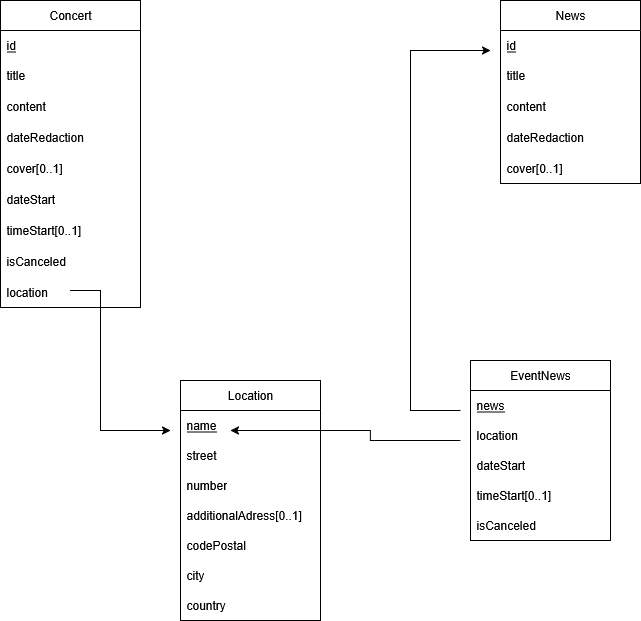
JBLNgithub/portfolio keeps this draw.io diagram as src/assets/images/ERDiagStockemoise.png. Above is the earlier version. Source tidied: cells renumbered, new cells last; positions are measured from the earlier drawing's top-left corner, leaving out a move shared by most shapes.
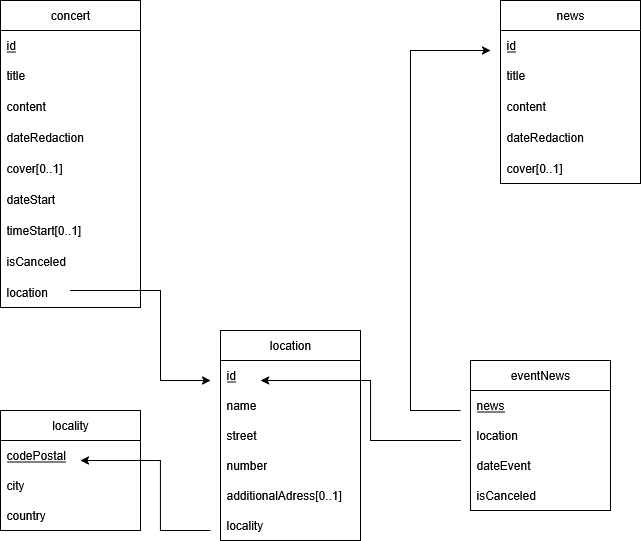
Later version of the same file.

Commit message:
update stockemoise with cleaner diags

Diff of the diagram source:
```diff
@@ -2,7 +2,7 @@
   <root>
     <mxCell id="0" />
     <mxCell id="1" parent="0" />
-    <mxCell id="2" value="Concert" style="swimlane;fontStyle=0;horizontal=1;startSize=30;whiteSpace=wrap;html=1;" parent="1" vertex="1">
+    <mxCell id="2" value="concert" style="swimlane;fontStyle=0;horizontal=1;startSize=30;whiteSpace=wrap;html=1;" parent="1" vertex="1">
       <mxGeometry width="140" height="307" as="geometry" />
     </mxCell>
     <mxCell id="3" value="id" style="text;strokeColor=none;fillColor=none;align=left;verticalAlign=middle;spacingLeft=4;spacingRight=4;overflow=hidden;whiteSpace=wrap;html=1;fontStyle=4;" parent="2" vertex="1">
@@ -32,7 +32,7 @@
     <mxCell id="11" value="location" style="text;strokeColor=none;fillColor=none;align=left;verticalAlign=middle;spacingLeft=4;spacingRight=4;overflow=hidden;points=[[0,0.5],[1,0.5]];portConstraint=eastwest;whiteSpace=wrap;html=1;" parent="2" vertex="1">
       <mxGeometry y="276" width="140" height="31" as="geometry" />
     </mxCell>
-    <mxCell id="12" value="News" style="swimlane;fontStyle=0;horizontal=1;startSize=30;whiteSpace=wrap;html=1;" parent="1" vertex="1">
+    <mxCell id="12" value="news" style="swimlane;fontStyle=0;horizontal=1;startSize=30;whiteSpace=wrap;html=1;" parent="1" vertex="1">
       <mxGeometry x="500" width="140" height="183" as="geometry" />
     </mxCell>
     <mxCell id="13" value="id" style="text;strokeColor=none;fillColor=none;align=left;verticalAlign=middle;spacingLeft=4;spacingRight=4;overflow=hidden;whiteSpace=wrap;html=1;fontStyle=4;" parent="12" vertex="1">
@@ -50,41 +50,38 @@
     <mxCell id="17" value="cover[0..1]" style="text;strokeColor=none;fillColor=none;align=left;verticalAlign=middle;spacingLeft=4;spacingRight=4;overflow=hidden;whiteSpace=wrap;html=1;" parent="12" vertex="1">
       <mxGeometry y="152" width="140" height="31" as="geometry" />
     </mxCell>
-    <mxCell id="18" value="Location" style="swimlane;fontStyle=0;horizontal=1;startSize=30;whiteSpace=wrap;html=1;" parent="1" vertex="1">
-      <mxGeometry x="180" y="380" width="140" height="240" as="geometry" />
+    <mxCell id="18" value="location" style="swimlane;fontStyle=0;horizontal=1;startSize=30;whiteSpace=wrap;html=1;" parent="1" vertex="1">
+      <mxGeometry x="220" y="330" width="140" height="210" as="geometry" />
     </mxCell>
+    <mxCell id="35" value="id" style="text;strokeColor=none;fillColor=none;align=left;verticalAlign=middle;spacingLeft=4;spacingRight=4;overflow=hidden;points=[[0,0.5],[1,0.5]];portConstraint=eastwest;whiteSpace=wrap;html=1;fontStyle=4;" parent="18" vertex="1">
+      <mxGeometry y="30" width="140" height="30" as="geometry" />
+    </mxCell>
-    <mxCell id="19" value="name" style="text;strokeColor=none;fillColor=none;align=left;verticalAlign=middle;spacingLeft=4;spacingRight=4;overflow=hidden;points=[[0,0.5],[1,0.5]];portConstraint=eastwest;whiteSpace=wrap;html=1;fontStyle=4;" parent="18" vertex="1">
-      <mxGeometry y="30" width="140" height="30" as="geometry" />
+    <mxCell id="19" value="name" style="text;strokeColor=none;fillColor=none;align=left;verticalAlign=middle;spacingLeft=4;spacingRight=4;overflow=hidden;points=[[0,0.5],[1,0.5]];portConstraint=eastwest;whiteSpace=wrap;html=1;fontStyle=0;" parent="18" vertex="1">
+      <mxGeometry y="60" width="140" height="30" as="geometry" />
     </mxCell>
     <mxCell id="20" value="street" style="text;strokeColor=none;fillColor=none;align=left;verticalAlign=middle;spacingLeft=4;spacingRight=4;overflow=hidden;whiteSpace=wrap;html=1;" parent="18" vertex="1">
-      <mxGeometry y="60" width="140" height="30" as="geometry" />
+      <mxGeometry y="90" width="140" height="30" as="geometry" />
     </mxCell>
     <mxCell id="21" value="number" style="text;strokeColor=none;fillColor=none;align=left;verticalAlign=middle;spacingLeft=4;spacingRight=4;overflow=hidden;whiteSpace=wrap;html=1;" parent="18" vertex="1">
-      <mxGeometry y="90" width="140" height="30" as="geometry" />
+      <mxGeometry y="120" width="140" height="30" as="geometry" />
     </mxCell>
     <mxCell id="22" value="additionalAdress[0..1]" style="text;strokeColor=none;fillColor=none;align=left;verticalAlign=middle;spacingLeft=4;spacingRight=4;overflow=hidden;whiteSpace=wrap;html=1;" parent="18" vertex="1">
-      <mxGeometry y="120" width="140" height="30" as="geometry" />
+      <mxGeometry y="150" width="140" height="30" as="geometry" />
     </mxCell>
-    <mxCell id="23" value="codePostal" style="text;strokeColor=none;fillColor=none;align=left;verticalAlign=middle;spacingLeft=4;spacingRight=4;overflow=hidden;whiteSpace=wrap;html=1;" parent="18" vertex="1">
-      <mxGeometry y="150" width="140" height="30" as="geometry" />
+    <mxCell id="23" value="locality" style="text;strokeColor=none;fillColor=none;align=left;verticalAlign=middle;spacingLeft=4;spacingRight=4;overflow=hidden;whiteSpace=wrap;html=1;" parent="18" vertex="1">
+      <mxGeometry y="180" width="140" height="30" as="geometry" />
     </mxCell>
-    <mxCell id="24" value="city" style="text;strokeColor=none;fillColor=none;align=left;verticalAlign=middle;spacingLeft=4;spacingRight=4;overflow=hidden;whiteSpace=wrap;html=1;" parent="18" vertex="1">
-      <mxGeometry y="180" width="140" height="30" as="geometry" />
-    </mxCell>
-    <mxCell id="25" value="country" style="text;strokeColor=none;fillColor=none;align=left;verticalAlign=middle;spacingLeft=4;spacingRight=4;overflow=hidden;whiteSpace=wrap;html=1;" parent="18" vertex="1">
-      <mxGeometry y="210" width="140" height="30" as="geometry" />
-    </mxCell>
     <mxCell id="26" style="endArrow=classic;html=1;rounded=0;exitX=0.5;exitY=0.452;exitDx=0;exitDy=0;exitPerimeter=0;" parent="1" edge="1" source="11">
       <mxGeometry relative="1" as="geometry">
-        <mxPoint x="170" y="430" as="targetPoint" />
+        <mxPoint x="210" y="380" as="targetPoint" />
         <Array as="points">
-          <mxPoint x="100" y="290" />
-          <mxPoint x="100" y="430" />
+          <mxPoint x="160" y="290" />
+          <mxPoint x="160" y="380" />
         </Array>
       </mxGeometry>
     </mxCell>
-    <mxCell id="27" value="EventNews" style="swimlane;fontStyle=0;horizontal=1;startSize=30;whiteSpace=wrap;html=1;" parent="1" vertex="1">
-      <mxGeometry x="470" y="360" width="140" height="180" as="geometry" />
+    <mxCell id="27" value="eventNews" style="swimlane;fontStyle=0;horizontal=1;startSize=30;whiteSpace=wrap;html=1;" parent="1" vertex="1">
+      <mxGeometry x="470" y="360" width="140" height="150" as="geometry" />
     </mxCell>
     <mxCell id="28" value="news" style="text;strokeColor=none;fillColor=none;align=left;verticalAlign=middle;spacingLeft=4;spacingRight=4;overflow=hidden;whiteSpace=wrap;html=1;fontStyle=4;" parent="27" vertex="1">
       <mxGeometry y="30" width="140" height="30" as="geometry" />
@@ -92,14 +89,11 @@
     <mxCell id="29" value="location" style="text;strokeColor=none;fillColor=none;align=left;verticalAlign=middle;spacingLeft=4;spacingRight=4;overflow=hidden;whiteSpace=wrap;html=1;" parent="27" vertex="1">
       <mxGeometry y="60" width="140" height="30" as="geometry" />
     </mxCell>
-    <mxCell id="30" value="dateStart" style="text;strokeColor=none;fillColor=none;align=left;verticalAlign=middle;spacingLeft=4;spacingRight=4;overflow=hidden;whiteSpace=wrap;html=1;" parent="27" vertex="1">
+    <mxCell id="30" value="dateEvent" style="text;strokeColor=none;fillColor=none;align=left;verticalAlign=middle;spacingLeft=4;spacingRight=4;overflow=hidden;whiteSpace=wrap;html=1;" parent="27" vertex="1">
       <mxGeometry y="90" width="140" height="30" as="geometry" />
     </mxCell>
-    <mxCell id="31" value="timeStart[0..1]" style="text;strokeColor=none;fillColor=none;align=left;verticalAlign=middle;spacingLeft=4;spacingRight=4;overflow=hidden;whiteSpace=wrap;html=1;" parent="27" vertex="1">
-      <mxGeometry y="120" width="140" height="30" as="geometry" />
-    </mxCell>
     <mxCell id="32" value="isCanceled" style="text;strokeColor=none;fillColor=none;align=left;verticalAlign=middle;spacingLeft=4;spacingRight=4;overflow=hidden;whiteSpace=wrap;html=1;" parent="27" vertex="1">
-      <mxGeometry y="150" width="140" height="30" as="geometry" />
+      <mxGeometry y="120" width="140" height="30" as="geometry" />
     </mxCell>
     <mxCell id="33" style="endArrow=classic;html=1;rounded=0;" parent="1" edge="1">
       <mxGeometry relative="1" as="geometry">
@@ -111,14 +105,35 @@
         </Array>
       </mxGeometry>
     </mxCell>
-    <mxCell id="34" style="endArrow=classic;html=1;rounded=0;entryX=0.357;entryY=0.667;entryDx=0;entryDy=0;entryPerimeter=0;" parent="1" edge="1" target="19">
+    <mxCell id="34" style="endArrow=classic;html=1;rounded=0;entryX=0.286;entryY=0.667;entryDx=0;entryDy=0;entryPerimeter=0;" parent="1" edge="1" target="35">
       <mxGeometry relative="1" as="geometry">
         <mxPoint x="460" y="440" as="sourcePoint" />
         <Array as="points">
           <mxPoint x="370" y="440" />
-          <mxPoint x="370" y="430" />
+          <mxPoint x="370" y="380" />
         </Array>
       </mxGeometry>
     </mxCell>
+    <mxCell id="36" value="locality" style="swimlane;fontStyle=0;horizontal=1;startSize=30;whiteSpace=wrap;html=1;" parent="1" vertex="1">
+      <mxGeometry y="410" width="140" height="120" as="geometry" />
+    </mxCell>
+    <mxCell id="37" value="codePostal" style="text;strokeColor=none;fillColor=none;align=left;verticalAlign=middle;spacingLeft=4;spacingRight=4;overflow=hidden;points=[[0,0.5],[1,0.5]];portConstraint=eastwest;whiteSpace=wrap;html=1;fontStyle=4;" parent="36" vertex="1">
+      <mxGeometry y="30" width="140" height="30" as="geometry" />
+    </mxCell>
+    <mxCell id="24" value="city" style="text;strokeColor=none;fillColor=none;align=left;verticalAlign=middle;spacingLeft=4;spacingRight=4;overflow=hidden;whiteSpace=wrap;html=1;" parent="36" vertex="1">
+      <mxGeometry y="60" width="140" height="30" as="geometry" />
+    </mxCell>
+    <mxCell id="25" value="country" style="text;strokeColor=none;fillColor=none;align=left;verticalAlign=middle;spacingLeft=4;spacingRight=4;overflow=hidden;whiteSpace=wrap;html=1;" parent="36" vertex="1">
+      <mxGeometry y="90" width="140" height="30" as="geometry" />
+    </mxCell>
+    <mxCell id="38" style="endArrow=classic;html=1;rounded=0;entryX=0.571;entryY=0.667;entryDx=0;entryDy=0;entryPerimeter=0;" parent="1" edge="1" target="37">
+      <mxGeometry relative="1" as="geometry">
+        <mxPoint x="210" y="530" as="sourcePoint" />
+        <Array as="points">
+          <mxPoint x="160" y="530" />
+          <mxPoint x="160" y="460" />
+        </Array>
+      </mxGeometry>
+    </mxCell>
   </root>
 </mxGraphModel>
```
